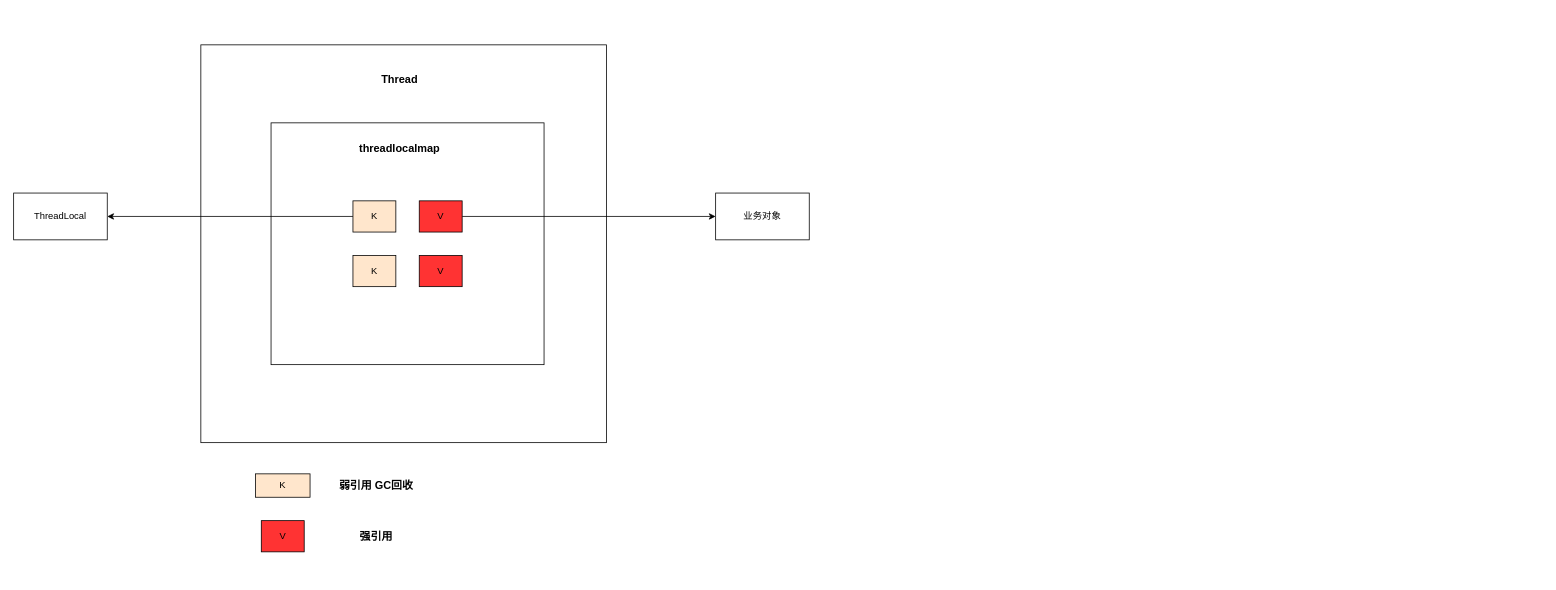
The draw.io diagram java/Threadlocal.drawio in 772009202/draw, before the edit. Source tidied: cells renumbered, new cells numbered last; positions are measured from the earlier drawing's top-left corner, leaving out a move shared by most shapes. Both pictures are drawn from the tidied source at 78%, with x=0, y=0 at pixel (13, 44).
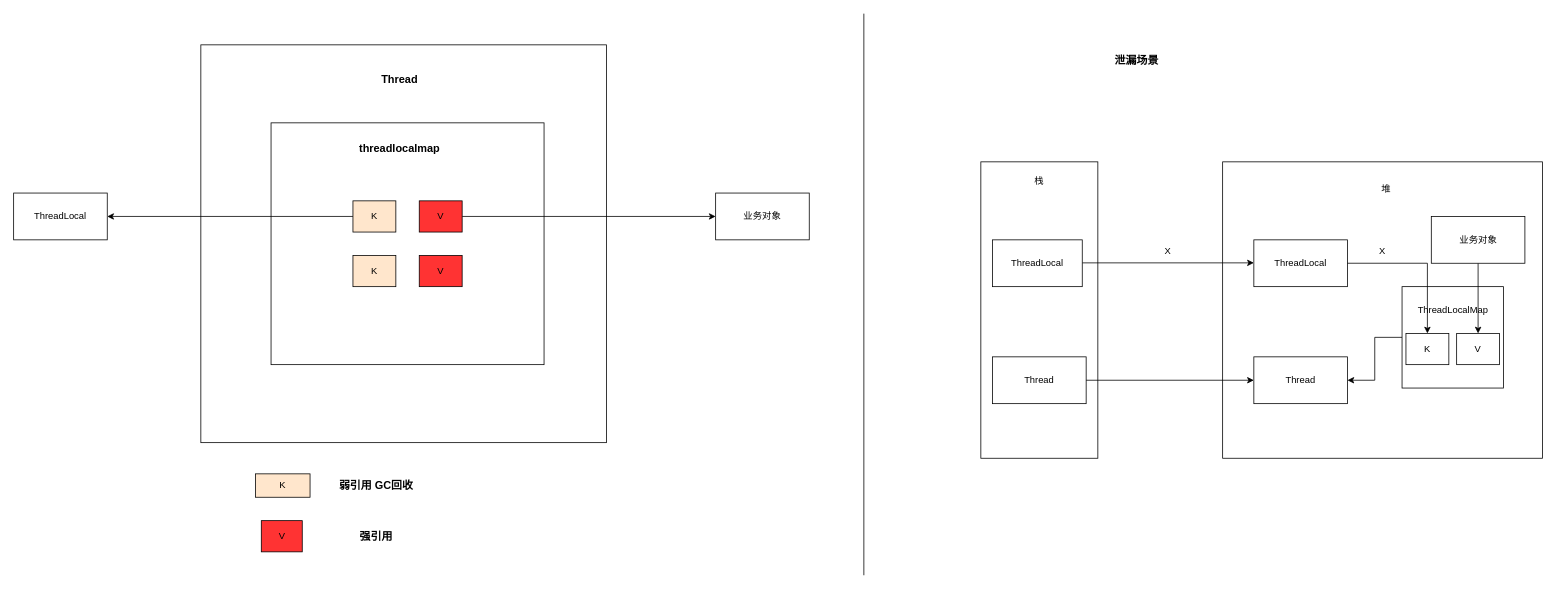
After the change.

The edit, as a diff of the source:
```diff
@@
+    <mxCell id="18" style="rounded=0;whiteSpace=wrap;html=1;" parent="1" vertex="1">
+      <mxGeometry x="1550" y="150" width="410" height="380" as="geometry" />
+    </mxCell>
@@
     <mxCell id="16" value="V" style="rounded=0;whiteSpace=wrap;html=1;fillColor=#FF3333;" parent="1" vertex="1">
-      <mxGeometry x="317.5" y="610" width="55" height="40" as="geometry" />
+      <mxGeometry x="317.5" y="610" width="52.5" height="40" as="geometry" />
     </mxCell>
@@
+    <mxCell id="19" value="&lt;b&gt;&lt;font style=&quot;font-size: 14px;&quot;&gt;泄漏场景&lt;/font&gt;&lt;/b&gt;" style="text;html=1;whiteSpace=wrap;strokeColor=none;fillColor=none;align=center;verticalAlign=middle;rounded=0;" parent="1" vertex="1">
+      <mxGeometry x="1360" width="160" height="40" as="geometry" />
+    </mxCell>
+    <mxCell id="20" style="rounded=0;whiteSpace=wrap;html=1;" parent="1" vertex="1">
+      <mxGeometry x="1240" y="150" width="150" height="380" as="geometry" />
+    </mxCell>
+    <mxCell id="21" value="栈" style="text;html=1;whiteSpace=wrap;strokeColor=none;fillColor=none;align=center;verticalAlign=middle;rounded=0;" parent="1" vertex="1">
+      <mxGeometry x="1285" y="160" width="60" height="30" as="geometry" />
+    </mxCell>
+    <mxCell id="22" style="endArrow=none;html=1;rounded=0;" parent="1" edge="1">
+      <mxGeometry relative="1" as="geometry">
+        <mxPoint x="1090" y="680" as="sourcePoint" />
+        <mxPoint x="1090" y="-40" as="targetPoint" />
+      </mxGeometry>
+    </mxCell>
+    <mxCell id="23" style="edgeStyle=orthogonalEdgeStyle;rounded=0;orthogonalLoop=1;jettySize=auto;html=1;exitX=1;exitY=0.5;exitDx=0;exitDy=0;" parent="1" edge="1">
+      <mxGeometry relative="1" as="geometry">
+        <mxPoint x="1370" y="279.5" as="sourcePoint" />
+        <mxPoint x="1590" y="279.5" as="targetPoint" />
+      </mxGeometry>
+    </mxCell>
+    <mxCell id="24" value="ThreadLocal" style="rounded=0;whiteSpace=wrap;html=1;" parent="1" vertex="1">
+      <mxGeometry x="1255" y="250" width="115" height="60" as="geometry" />
+    </mxCell>
+    <mxCell id="25" value="Thread" style="rounded=0;whiteSpace=wrap;html=1;" parent="1" vertex="1">
+      <mxGeometry x="1255" y="400" width="120" height="60" as="geometry" />
+    </mxCell>
+    <mxCell id="26" value="堆" style="text;html=1;whiteSpace=wrap;strokeColor=none;fillColor=none;align=center;verticalAlign=middle;rounded=0;" parent="1" vertex="1">
+      <mxGeometry x="1730" y="170" width="60" height="30" as="geometry" />
+    </mxCell>
+    <mxCell id="27" value="ThreadLocal" style="rounded=0;whiteSpace=wrap;html=1;" parent="1" vertex="1">
+      <mxGeometry x="1590" y="250" width="120" height="60" as="geometry" />
+    </mxCell>
+    <mxCell id="28" style="rounded=0;whiteSpace=wrap;html=1;" parent="1" vertex="1">
+      <mxGeometry x="1780" y="310" width="130" height="130" as="geometry" />
+    </mxCell>
+    <mxCell id="29" value="Thread" style="rounded=0;whiteSpace=wrap;html=1;" parent="1" vertex="1">
+      <mxGeometry x="1590" y="400" width="120" height="60" as="geometry" />
+    </mxCell>
+    <mxCell id="30" style="edgeStyle=orthogonalEdgeStyle;rounded=0;jettySize=auto;html=1;exitX=0;exitY=0.5;exitDx=0;exitDy=0;" parent="1" edge="1" source="28" target="29">
+      <mxGeometry relative="1" as="geometry" />
+    </mxCell>
+    <mxCell id="31" style="edgeStyle=orthogonalEdgeStyle;rounded=0;jettySize=auto;html=1;exitX=0.5;exitY=1;exitDx=0;exitDy=0;" parent="1" edge="1" source="32" target="35">
+      <mxGeometry relative="1" as="geometry" />
+    </mxCell>
+    <mxCell id="32" value="业务对象" style="rounded=0;whiteSpace=wrap;html=1;" parent="1" vertex="1">
+      <mxGeometry x="1817.5" y="220" width="120" height="60" as="geometry" />
+    </mxCell>
+    <mxCell id="33" value="ThreadLocalMap" style="text;html=1;whiteSpace=wrap;strokeColor=none;fillColor=none;align=center;verticalAlign=middle;rounded=0;" parent="1" vertex="1">
+      <mxGeometry x="1802.5" y="322.5" width="85" height="35" as="geometry" />
+    </mxCell>
+    <mxCell id="34" value="K" style="rounded=0;whiteSpace=wrap;html=1;" parent="1" vertex="1">
+      <mxGeometry x="1785" y="370" width="55" height="40" as="geometry" />
+    </mxCell>
+    <mxCell id="35" value="V" style="rounded=0;whiteSpace=wrap;html=1;" parent="1" vertex="1">
+      <mxGeometry x="1850" y="370" width="55" height="40" as="geometry" />
+    </mxCell>
+    <mxCell id="36" style="edgeStyle=orthogonalEdgeStyle;rounded=0;jettySize=auto;html=1;exitX=1;exitY=0.5;exitDx=0;exitDy=0;" parent="1" edge="1" source="25" target="29">
+      <mxGeometry relative="1" as="geometry" />
+    </mxCell>
+    <mxCell id="37" style="edgeStyle=orthogonalEdgeStyle;rounded=0;jettySize=auto;html=1;exitX=1;exitY=0.5;exitDx=0;exitDy=0;" parent="1" edge="1" source="27" target="34">
+      <mxGeometry relative="1" as="geometry" />
+    </mxCell>
+    <mxCell id="38" value="X" style="text;html=1;whiteSpace=wrap;strokeColor=none;fillColor=none;align=center;verticalAlign=middle;rounded=0;" parent="1" vertex="1">
+      <mxGeometry x="1450" y="250" width="60" height="30" as="geometry" />
+    </mxCell>
+    <mxCell id="39" value="X" style="text;html=1;whiteSpace=wrap;strokeColor=none;fillColor=none;align=center;verticalAlign=middle;rounded=0;" parent="1" vertex="1">
+      <mxGeometry x="1725" y="250" width="60" height="30" as="geometry" />
+    </mxCell>
```
